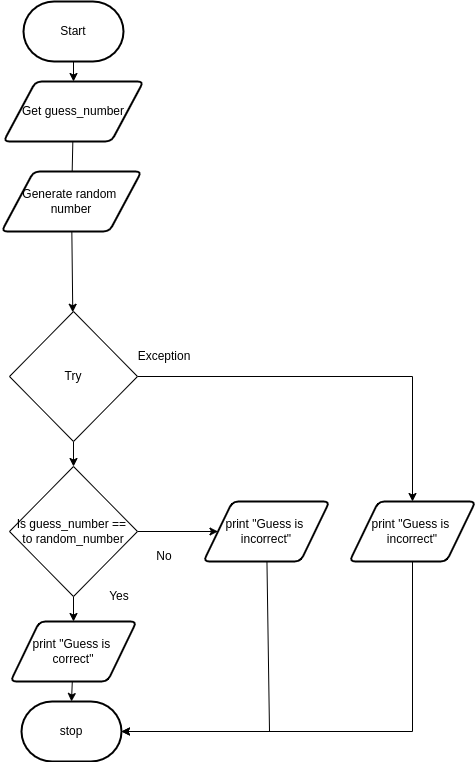
JacksonNaufal/ICS3U-Unit3-06-Python keeps this draw.io diagram as FlowChartFixed.png. Above is the earlier version. Source tidied: cells renumbered, new cells last; positions are measured from the earlier drawing's top-left corner, leaving out a move shared by most shapes.
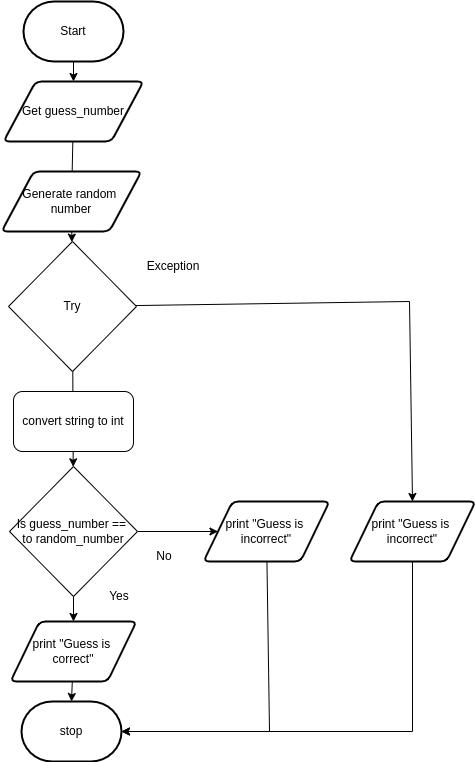
After the commit.

The edit, as a diff of the source:
```diff
@@ -60,15 +60,15 @@
     <mxCell id="19" style="edgeStyle=none;html=1;entryX=0.5;entryY=0;entryDx=0;entryDy=0;rounded=0;" parent="1" edge="1" source="20" target="23">
       <mxGeometry relative="1" as="geometry">
         <Array as="points">
-          <mxPoint x="411" y="375" />
+          <mxPoint x="408" y="300" />
         </Array>
       </mxGeometry>
     </mxCell>
     <mxCell id="20" value="&lt;span style=&quot;font-weight: normal&quot;&gt;Try&lt;/span&gt;" style="rhombus;whiteSpace=wrap;html=1;fontStyle=1;" parent="1" vertex="1">
-      <mxGeometry x="8" y="310" width="128" height="130" as="geometry" />
+      <mxGeometry x="7" y="240" width="128" height="130" as="geometry" />
     </mxCell>
     <mxCell id="21" value="Exception" style="text;html=1;strokeColor=none;fillColor=none;align=center;verticalAlign=middle;whiteSpace=wrap;rounded=0;fontSize=12;" parent="1" vertex="1">
-      <mxGeometry x="133" y="340" width="60" height="30" as="geometry" />
+      <mxGeometry x="142" y="250" width="60" height="30" as="geometry" />
     </mxCell>
     <mxCell id="22" style="edgeStyle=none;rounded=0;html=1;entryX=1;entryY=0.5;entryDx=0;entryDy=0;entryPerimeter=0;exitX=0.5;exitY=1;exitDx=0;exitDy=0;" parent="1" edge="1" source="23" target="7">
       <mxGeometry relative="1" as="geometry">
@@ -80,5 +80,8 @@
     <mxCell id="23" value="print &quot;Guess is &lt;br&gt;incorrect&quot;" style="shape=parallelogram;html=1;strokeWidth=2;perimeter=parallelogramPerimeter;whiteSpace=wrap;rounded=1;arcSize=12;size=0.23;" parent="1" vertex="1">
       <mxGeometry x="348" y="500" width="126" height="60" as="geometry" />
     </mxCell>
+    <mxCell id="24" value="convert string to int" style="rounded=1;whiteSpace=wrap;html=1;" parent="1" vertex="1">
+      <mxGeometry x="12" y="390" width="120" height="60" as="geometry" />
+    </mxCell>
   </root>
 </mxGraphModel>
```
